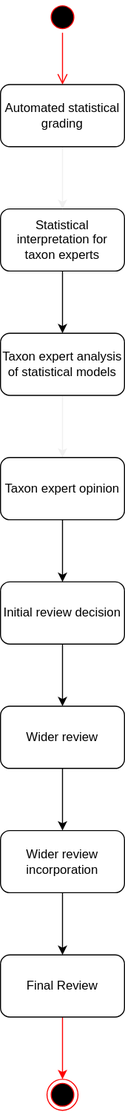
Before: diagrams/assessment_process.drawio.svg, a diagram exported from draw.io (Edwards-R/redlist_docs). Source tidied: cells renumbered, new cells last; positions are measured from the earlier drawing's top-left corner, leaving out a move shared by most shapes. Its diagram source:
```xml
<mxGraphModel>
  <root>
    <mxCell id="0" />
    <mxCell id="1" parent="0" />
    <mxCell id="2" style="ellipse;html=1;shape=startState;fillColor=#000000;strokeColor=#ff0000;" parent="1" vertex="1">
      <mxGeometry x="45" width="30" height="30" as="geometry" />
    </mxCell>
    <mxCell id="3" style="edgeStyle=orthogonalEdgeStyle;html=1;verticalAlign=bottom;endArrow=open;endSize=8;strokeColor=#ff0000;entryX=0.5;entryY=0;entryDx=0;entryDy=0;" parent="1" edge="1" source="2" target="20">
      <mxGeometry relative="1" as="geometry" />
    </mxCell>
    <mxCell id="4" style="edgeStyle=none;html=1;entryX=0.5;entryY=0;entryDx=0;entryDy=0;" parent="1" edge="1" source="5" target="7">
      <mxGeometry relative="1" as="geometry" />
    </mxCell>
    <mxCell id="5" value="Statistical interpretation for taxon experts" style="rounded=1;whiteSpace=wrap;html=1;" parent="1" vertex="1">
      <mxGeometry y="200" width="120" height="60" as="geometry" />
    </mxCell>
    <mxCell id="6" style="edgeStyle=none;html=1;entryX=0.5;entryY=0;entryDx=0;entryDy=0;strokeColor=#F0F0F0;" parent="1" edge="1" source="7" target="9">
      <mxGeometry relative="1" as="geometry" />
    </mxCell>
    <mxCell id="7" value="Taxon expert analysis of statistical models" style="rounded=1;whiteSpace=wrap;html=1;" parent="1" vertex="1">
      <mxGeometry y="320" width="120" height="60" as="geometry" />
    </mxCell>
    <mxCell id="8" style="edgeStyle=none;html=1;entryX=0.5;entryY=0;entryDx=0;entryDy=0;" parent="1" edge="1" source="9" target="11">
      <mxGeometry relative="1" as="geometry" />
    </mxCell>
    <mxCell id="9" value="Taxon expert opinion" style="rounded=1;whiteSpace=wrap;html=1;" parent="1" vertex="1">
      <mxGeometry y="440" width="120" height="60" as="geometry" />
    </mxCell>
    <mxCell id="10" style="edgeStyle=none;html=1;entryX=0.5;entryY=0;entryDx=0;entryDy=0;" parent="1" edge="1" source="11" target="13">
      <mxGeometry relative="1" as="geometry" />
    </mxCell>
    <mxCell id="11" value="Initial review decision" style="rounded=1;whiteSpace=wrap;html=1;" parent="1" vertex="1">
      <mxGeometry y="560" width="120" height="60" as="geometry" />
    </mxCell>
    <mxCell id="12" style="edgeStyle=none;html=1;entryX=0.5;entryY=0;entryDx=0;entryDy=0;" parent="1" edge="1" source="13" target="15">
      <mxGeometry relative="1" as="geometry" />
    </mxCell>
    <mxCell id="13" value="Wider review" style="rounded=1;whiteSpace=wrap;html=1;" parent="1" vertex="1">
      <mxGeometry y="680" width="120" height="60" as="geometry" />
    </mxCell>
    <mxCell id="14" style="edgeStyle=none;html=1;entryX=0.5;entryY=0;entryDx=0;entryDy=0;" parent="1" edge="1" source="15" target="17">
      <mxGeometry relative="1" as="geometry" />
    </mxCell>
    <mxCell id="15" value="Wider review incorporation" style="rounded=1;whiteSpace=wrap;html=1;" parent="1" vertex="1">
      <mxGeometry y="800" width="120" height="60" as="geometry" />
    </mxCell>
    <mxCell id="16" style="edgeStyle=none;html=1;entryX=0.5;entryY=0;entryDx=0;entryDy=0;fillColor=#a20025;strokeColor=#fF0000;" parent="1" edge="1" source="17" target="18">
      <mxGeometry relative="1" as="geometry" />
    </mxCell>
    <mxCell id="17" value="Final Review" style="rounded=1;whiteSpace=wrap;html=1;" parent="1" vertex="1">
      <mxGeometry y="920" width="120" height="60" as="geometry" />
    </mxCell>
    <mxCell id="18" style="ellipse;html=1;shape=endState;fillColor=#000000;strokeColor=#ff0000;" parent="1" vertex="1">
      <mxGeometry x="45" y="1040" width="30" height="30" as="geometry" />
    </mxCell>
    <mxCell id="19" style="edgeStyle=none;html=1;strokeColor=#F0F0F0;" parent="1" edge="1" source="20" target="5">
      <mxGeometry relative="1" as="geometry" />
    </mxCell>
    <mxCell id="20" value="Automated statistical grading" style="rounded=1;whiteSpace=wrap;html=1;" parent="1" vertex="1">
      <mxGeometry y="80" width="120" height="60" as="geometry" />
    </mxCell>
  </root>
</mxGraphModel>
```
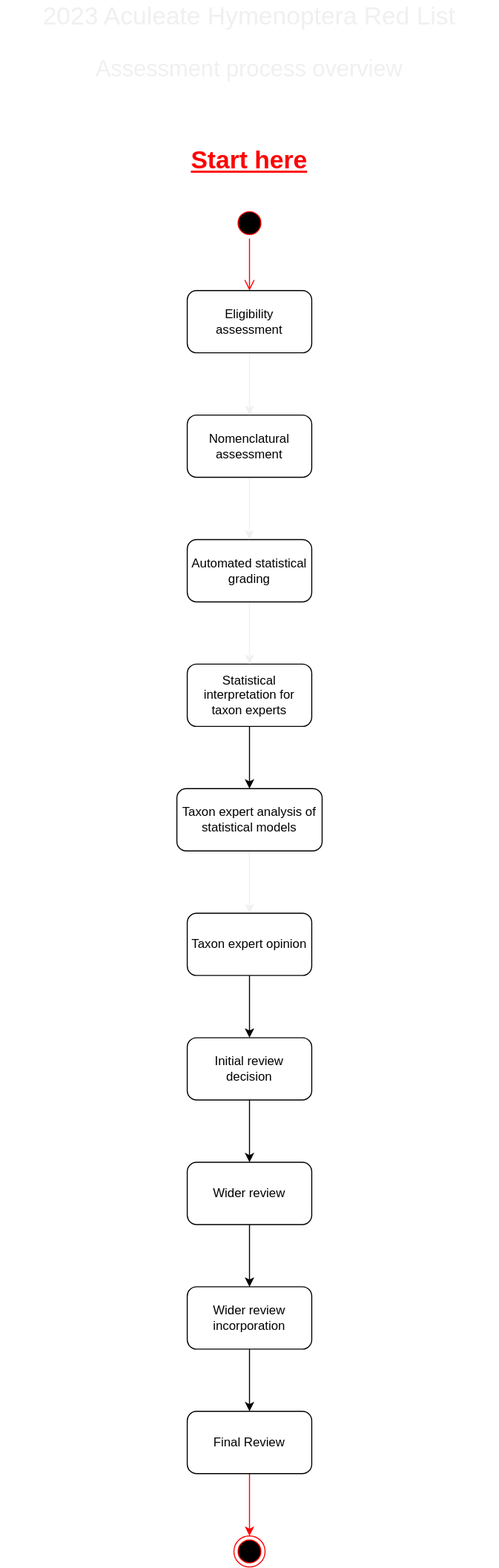
Above is the later version.

Diff of the diagram source:
```diff
@@ -2,12 +2,6 @@
   <root>
     <mxCell id="0" />
     <mxCell id="1" parent="0" />
-    <mxCell id="2" style="ellipse;html=1;shape=startState;fillColor=#000000;strokeColor=#ff0000;" parent="1" vertex="1">
-      <mxGeometry x="45" width="30" height="30" as="geometry" />
-    </mxCell>
-    <mxCell id="3" style="edgeStyle=orthogonalEdgeStyle;html=1;verticalAlign=bottom;endArrow=open;endSize=8;strokeColor=#ff0000;entryX=0.5;entryY=0;entryDx=0;entryDy=0;" parent="1" edge="1" source="2" target="20">
-      <mxGeometry relative="1" as="geometry" />
-    </mxCell>
     <mxCell id="4" style="edgeStyle=none;html=1;entryX=0.5;entryY=0;entryDx=0;entryDy=0;" parent="1" edge="1" source="5" target="7">
       <mxGeometry relative="1" as="geometry" />
     </mxCell>
@@ -18,7 +12,7 @@
       <mxGeometry relative="1" as="geometry" />
     </mxCell>
     <mxCell id="7" value="Taxon expert analysis of statistical models" style="rounded=1;whiteSpace=wrap;html=1;" parent="1" vertex="1">
-      <mxGeometry y="320" width="120" height="60" as="geometry" />
+      <mxGeometry x="-10" y="320" width="140" height="60" as="geometry" />
     </mxCell>
     <mxCell id="8" style="edgeStyle=none;html=1;entryX=0.5;entryY=0;entryDx=0;entryDy=0;" parent="1" edge="1" source="9" target="11">
       <mxGeometry relative="1" as="geometry" />
@@ -29,7 +23,7 @@
     <mxCell id="10" style="edgeStyle=none;html=1;entryX=0.5;entryY=0;entryDx=0;entryDy=0;" parent="1" edge="1" source="11" target="13">
       <mxGeometry relative="1" as="geometry" />
     </mxCell>
-    <mxCell id="11" value="Initial review decision" style="rounded=1;whiteSpace=wrap;html=1;" parent="1" vertex="1">
+    <mxCell id="11" value="Initial review&lt;br&gt;decision" style="rounded=1;whiteSpace=wrap;html=1;" parent="1" vertex="1">
       <mxGeometry y="560" width="120" height="60" as="geometry" />
     </mxCell>
     <mxCell id="12" style="edgeStyle=none;html=1;entryX=0.5;entryY=0;entryDx=0;entryDy=0;" parent="1" edge="1" source="13" target="15">
@@ -59,5 +53,38 @@
     <mxCell id="20" value="Automated statistical grading" style="rounded=1;whiteSpace=wrap;html=1;" parent="1" vertex="1">
       <mxGeometry y="80" width="120" height="60" as="geometry" />
     </mxCell>
+    <mxCell id="21" style="ellipse;html=1;shape=startState;fillColor=#000000;strokeColor=#ff0000;" parent="1" vertex="1">
+      <mxGeometry x="45" y="-240" width="30" height="30" as="geometry" />
+    </mxCell>
+    <mxCell id="22" style="edgeStyle=orthogonalEdgeStyle;html=1;verticalAlign=bottom;endArrow=open;endSize=8;strokeColor=#ff0000;entryX=0.5;entryY=0;entryDx=0;entryDy=0;" parent="1" edge="1" source="21">
+      <mxGeometry relative="1" as="geometry">
+        <mxPoint x="60" y="-160" as="targetPoint" />
+      </mxGeometry>
+    </mxCell>
+    <mxCell id="23" style="edgeStyle=none;html=1;strokeColor=#F0F0F0;" parent="1" edge="1" source="24">
+      <mxGeometry relative="1" as="geometry">
+        <mxPoint x="60" y="80" as="targetPoint" />
+      </mxGeometry>
+    </mxCell>
+    <mxCell id="24" value="Nomenclatural assessment" style="rounded=1;whiteSpace=wrap;html=1;" parent="1" vertex="1">
+      <mxGeometry y="-40" width="120" height="60" as="geometry" />
+    </mxCell>
+    <mxCell id="25" style="edgeStyle=none;html=1;strokeColor=#F0F0F0;" parent="1" edge="1" source="26">
+      <mxGeometry relative="1" as="geometry">
+        <mxPoint x="60" y="-40" as="targetPoint" />
+      </mxGeometry>
+    </mxCell>
+    <mxCell id="26" value="Eligibility&lt;br&gt;assessment" style="rounded=1;whiteSpace=wrap;html=1;" parent="1" vertex="1">
+      <mxGeometry y="-160" width="120" height="60" as="geometry" />
+    </mxCell>
+    <mxCell id="27" value="2023 Aculeate Hymenoptera Red List" style="text;html=1;strokeColor=none;fillColor=none;align=center;verticalAlign=middle;whiteSpace=wrap;rounded=0;labelBorderColor=none;fontSize=24;fontColor=#F0f0f0;labelBackgroundColor=none;" parent="1" vertex="1">
+      <mxGeometry x="-180" y="-439" width="480" height="30" as="geometry" />
+    </mxCell>
+    <mxCell id="28" value="&lt;font style=&quot;font-size: 22px;&quot;&gt;Assessment process overview&lt;/font&gt;" style="text;html=1;strokeColor=none;fillColor=none;align=center;verticalAlign=middle;whiteSpace=wrap;rounded=0;labelBorderColor=none;fontSize=24;fontColor=#F0f0f0;labelBackgroundColor=none;" parent="1" vertex="1">
+      <mxGeometry x="-180" y="-389" width="480" height="30" as="geometry" />
+    </mxCell>
+    <mxCell id="29" value="Start here" style="text;html=1;strokeColor=none;fillColor=none;align=center;verticalAlign=middle;whiteSpace=wrap;rounded=0;labelBorderColor=none;fontSize=24;fontColor=#FF0000;fontStyle=5;" parent="1" vertex="1">
+      <mxGeometry x="-30" y="-300" width="180" height="30" as="geometry" />
+    </mxCell>
   </root>
 </mxGraphModel>
```
